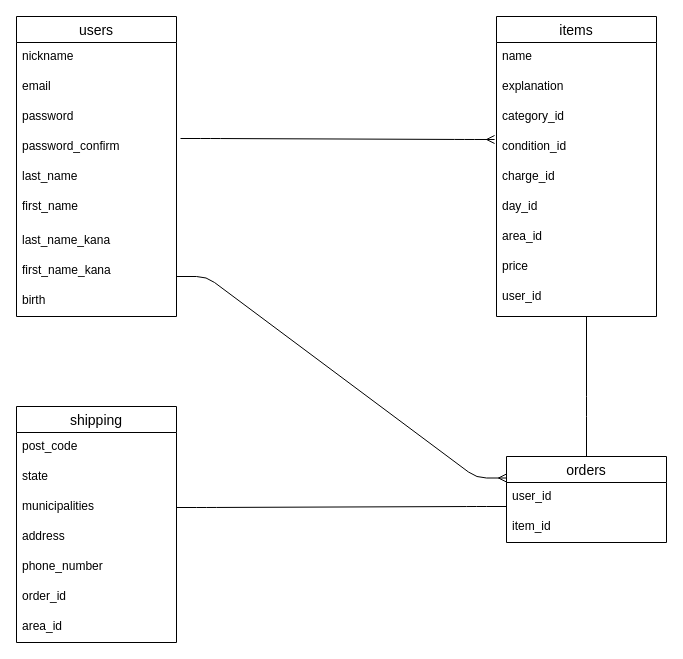
Earlier version of the draw.io diagram app/views/test.dio (daiki0527/furima-40956). Source tidied: cells renumbered, new cells numbered last; positions are measured from the earlier drawing's top-left corner, leaving out a move shared by most shapes. Both pictures are drawn from the tidied source at 100%, with x=0, y=0 at pixel (16, 16).
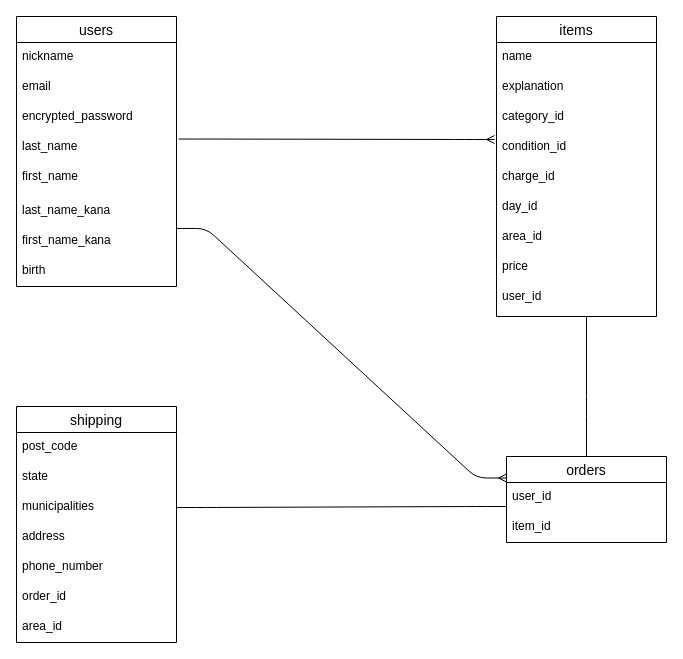
Above is the later version.

The change refers to these unchanged cells:
```xml
<mxCell id="16" value="condition_id" style="text;strokeColor=none;fillColor=none;spacingLeft=4;spacingRight=4;overflow=hidden;points=[[0,0.5],[1,0.5]];portConstraint=eastwest;fontSize=12;" parent="12" vertex="1">
  <mxGeometry y="116" width="160" height="30" as="geometry" />
</mxCell>
<mxCell id="23" value="orders" style="swimlane;fontStyle=0;horizontal=1;startSize=26;align=center;fontSize=14;" parent="1" vertex="1">
  <mxGeometry x="490" y="440" width="160" height="86" as="geometry" />
</mxCell>
<mxCell id="26" value="shipping" style="swimlane;fontStyle=0;horizontal=1;startSize=26;align=center;fontSize=14;" parent="1" vertex="1">
  <mxGeometry y="390" width="160" height="236" as="geometry" />
</mxCell>
```

The edit, as a diff of the source:
```diff
@@
     <mxCell id="2" value="users" style="swimlane;fontStyle=0;horizontal=1;startSize=26;align=center;fontSize=14;" parent="1" vertex="1">
-      <mxGeometry width="160" height="300" as="geometry" />
+      <mxGeometry width="160" height="270" as="geometry" />
     </mxCell>
@@
-    <mxCell id="5" value="password " style="text;strokeColor=none;fillColor=none;spacingLeft=4;spacingRight=4;overflow=hidden;fontSize=12;" parent="2" vertex="1">
-      <mxGeometry y="86" width="160" height="30" as="geometry" />
-    </mxCell>
-    <mxCell id="6" value="password_confirm" style="text;strokeColor=none;fillColor=none;spacingLeft=4;spacingRight=4;overflow=hidden;points=[[0,0.5],[1,0.5]];portConstraint=eastwest;fontSize=12;" parent="2" vertex="1">
-      <mxGeometry y="116" width="160" height="30" as="geometry" />
+    <mxCell id="6" value="encrypted_password" style="text;strokeColor=none;fillColor=none;spacingLeft=4;spacingRight=4;overflow=hidden;points=[[0,0.5],[1,0.5]];portConstraint=eastwest;fontSize=12;" parent="2" vertex="1">
+      <mxGeometry y="86" width="160" height="30" as="geometry" />
     </mxCell>
     <mxCell id="7" value="last_name" style="text;strokeColor=none;fillColor=none;spacingLeft=4;spacingRight=4;overflow=hidden;points=[[0,0.5],[1,0.5]];portConstraint=eastwest;fontSize=12;" parent="2" vertex="1">
-      <mxGeometry y="146" width="160" height="30" as="geometry" />
+      <mxGeometry y="116" width="160" height="30" as="geometry" />
     </mxCell>
     <mxCell id="8" value="first_name" style="text;strokeColor=none;fillColor=none;spacingLeft=4;spacingRight=4;overflow=hidden;fontSize=12;" parent="2" vertex="1">
-      <mxGeometry y="176" width="160" height="34" as="geometry" />
+      <mxGeometry y="146" width="160" height="34" as="geometry" />
     </mxCell>
     <mxCell id="9" value="last_name_kana" style="text;strokeColor=none;fillColor=none;spacingLeft=4;spacingRight=4;overflow=hidden;fontSize=12;" parent="2" vertex="1">
-      <mxGeometry y="210" width="160" height="30" as="geometry" />
+      <mxGeometry y="180" width="160" height="30" as="geometry" />
     </mxCell>
     <mxCell id="10" value="first_name_kana" style="text;strokeColor=none;fillColor=none;spacingLeft=4;spacingRight=4;overflow=hidden;points=[[0,0.5],[1,0.5]];portConstraint=eastwest;fontSize=12;" parent="2" vertex="1">
-      <mxGeometry y="240" width="160" height="30" as="geometry" />
+      <mxGeometry y="210" width="160" height="30" as="geometry" />
     </mxCell>
     <mxCell id="11" value="birth" style="text;strokeColor=none;fillColor=none;spacingLeft=4;spacingRight=4;overflow=hidden;fontSize=12;" parent="2" vertex="1">
-      <mxGeometry y="270" width="160" height="30" as="geometry" />
+      <mxGeometry y="240" width="160" height="30" as="geometry" />
     </mxCell>
@@
-    <mxCell id="22" style="edgeStyle=entityRelationEdgeStyle;fontSize=12;html=1;endArrow=ERmany;endFill=0;entryX=-0.012;entryY=0.233;entryDx=0;entryDy=0;entryPerimeter=0;startArrow=none;startFill=0;exitX=1.025;exitY=0.2;exitDx=0;exitDy=0;exitPerimeter=0;" parent="1" edge="1" source="6" target="16">
+    <mxCell id="22" style="edgeStyle=entityRelationEdgeStyle;fontSize=12;html=1;endArrow=ERmany;endFill=0;entryX=-0.012;entryY=0.233;entryDx=0;entryDy=0;entryPerimeter=0;startArrow=none;startFill=0;exitX=1.014;exitY=0.218;exitDx=0;exitDy=0;exitPerimeter=0;" parent="1" edge="1" source="7" target="16">
       <mxGeometry relative="1" as="geometry" />
     </mxCell>
@@
+    <mxCell id="33" value="phone_number " style="text;strokeColor=none;fillColor=none;spacingLeft=4;spacingRight=4;overflow=hidden;fontSize=12;" parent="26" vertex="1">
+      <mxGeometry y="146" width="160" height="30" as="geometry" />
+    </mxCell>
-    <mxCell id="31" value="phone_number" style="text;strokeColor=none;fillColor=none;spacingLeft=4;spacingRight=4;overflow=hidden;fontSize=12;" parent="26" vertex="1">
-      <mxGeometry y="146" width="160" height="30" as="geometry" />
+    <mxCell id="31" value="order_id" style="text;strokeColor=none;fillColor=none;spacingLeft=4;spacingRight=4;overflow=hidden;fontSize=12;" parent="26" vertex="1">
+      <mxGeometry y="176" width="160" height="30" as="geometry" />
     </mxCell>
-    <mxCell id="32" value="order_id" style="text;strokeColor=none;fillColor=none;spacingLeft=4;spacingRight=4;overflow=hidden;fontSize=12;" parent="26" vertex="1">
-      <mxGeometry y="176" width="160" height="30" as="geometry" />
+    <mxCell id="32" value="area_id" style="text;strokeColor=none;fillColor=none;spacingLeft=4;spacingRight=4;overflow=hidden;fontSize=12;" parent="26" vertex="1">
+      <mxGeometry y="206" width="160" height="30" as="geometry" />
     </mxCell>
-    <mxCell id="33" value="area_id" style="text;strokeColor=none;fillColor=none;spacingLeft=4;spacingRight=4;overflow=hidden;fontSize=12;" parent="26" vertex="1">
-      <mxGeometry y="206" width="160" height="30" as="geometry" />
-    </mxCell>
@@
-    <mxCell id="35" style="edgeStyle=entityRelationEdgeStyle;fontSize=12;html=1;endArrow=ERmany;endFill=0;entryX=0;entryY=0.25;entryDx=0;entryDy=0;" parent="1" edge="1" target="23">
-      <mxGeometry relative="1" as="geometry">
-        <mxPoint x="160" y="260" as="sourcePoint" />
-      </mxGeometry>
+    <mxCell id="35" style="edgeStyle=entityRelationEdgeStyle;fontSize=12;html=1;endArrow=ERmany;endFill=0;entryX=0;entryY=0.25;entryDx=0;entryDy=0;exitX=0.999;exitY=0.065;exitDx=0;exitDy=0;exitPerimeter=0;" parent="1" edge="1" source="10" target="23">
+      <mxGeometry relative="1" as="geometry" />
     </mxCell>
```
